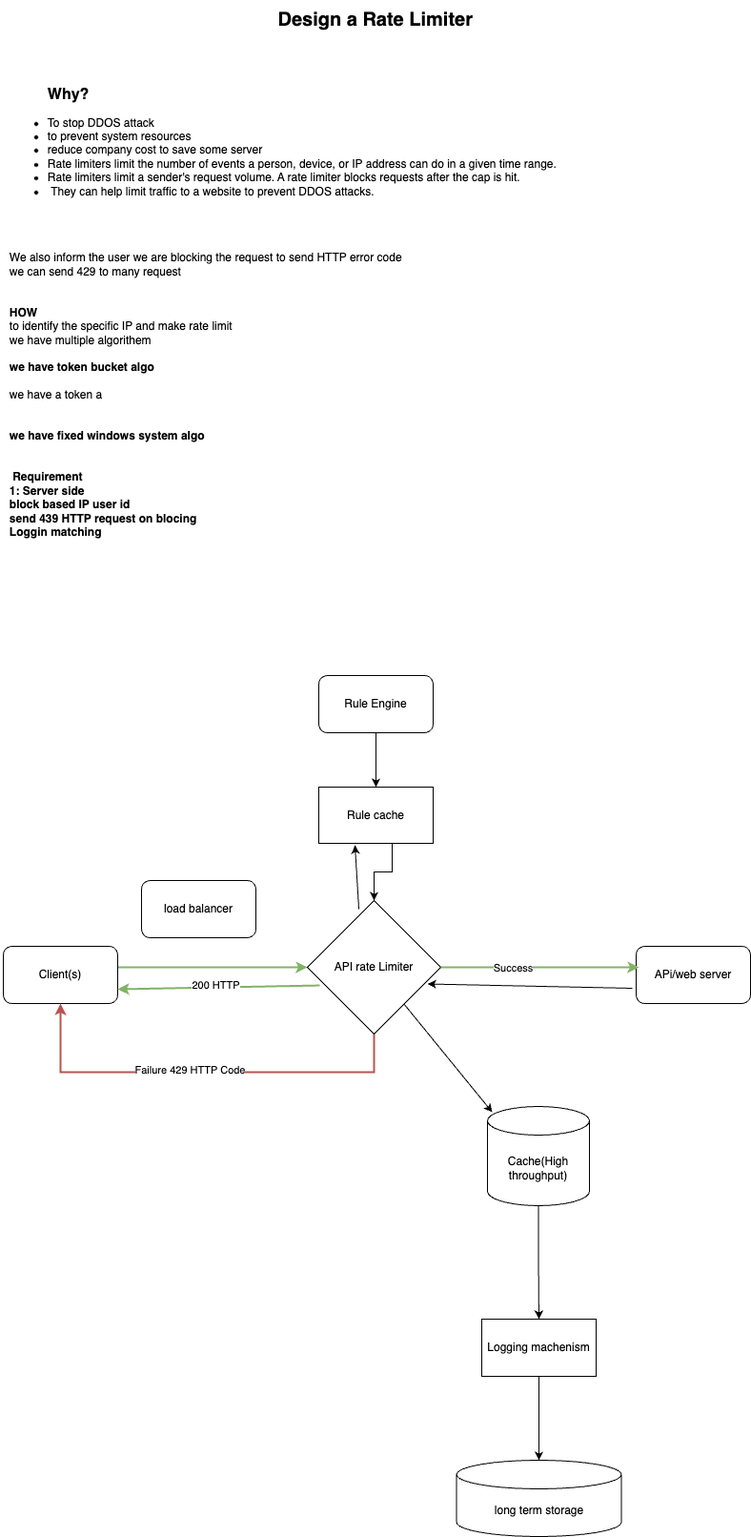
Above: rate_limiter.drawio.png in kanujgit/Android-System-Designe (draw.io), before the change. Source tidied: cells renumbered, new cells last; positions are measured from the earlier drawing's top-left corner, leaving out a move shared by most shapes.
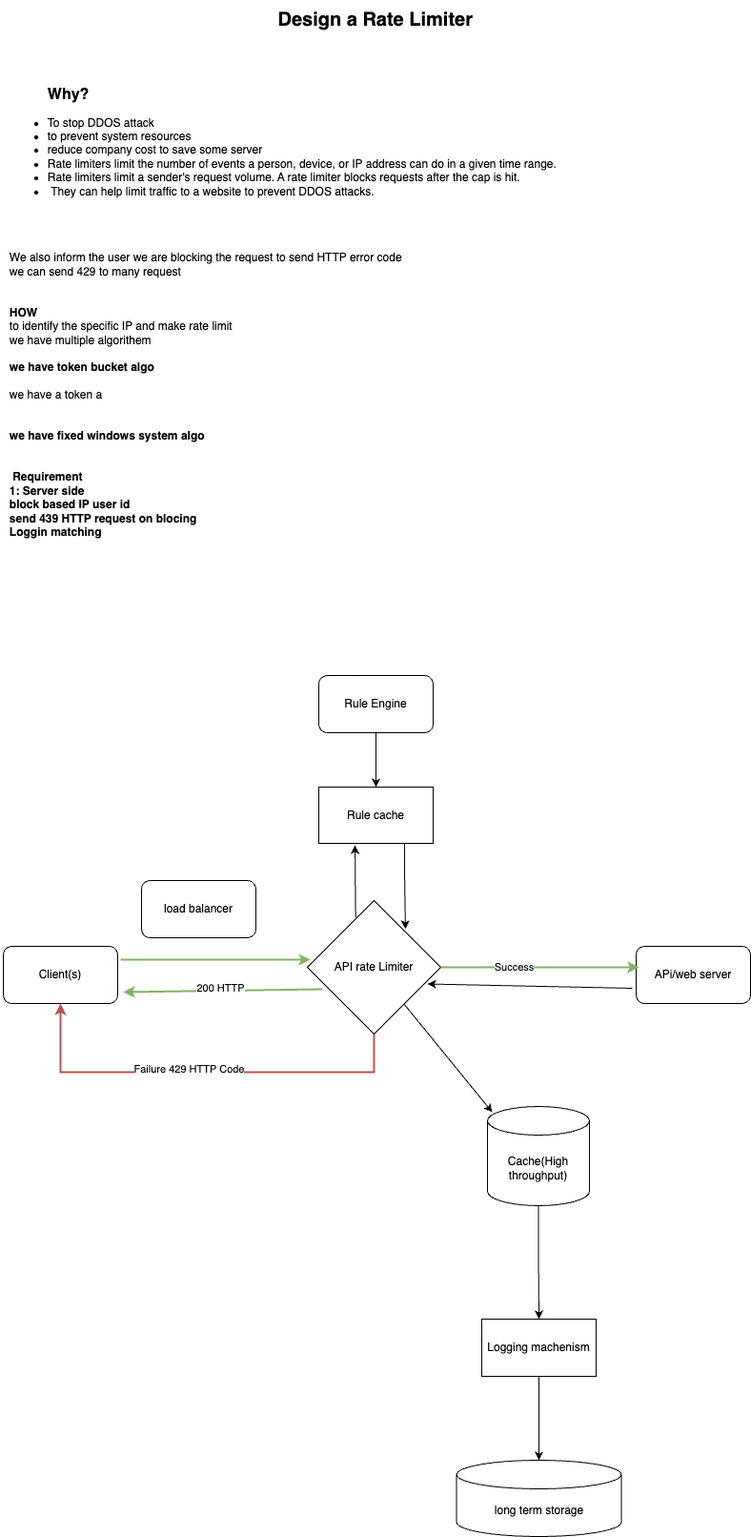
The same diagram one commit later.

Change to the diagram source:
```diff
@@ -8,11 +8,13 @@
     <mxCell id="3" value="&lt;blockquote style=&quot;margin: 0 0 0 40px; border: none; padding: 0px;&quot;&gt;&lt;div style=&quot;text-align: left;&quot;&gt;&lt;span style=&quot;background-color: initial;&quot;&gt;&lt;font style=&quot;font-size: 16px;&quot;&gt;&lt;b&gt;Why?&lt;/b&gt;&lt;/font&gt;&lt;/span&gt;&lt;/div&gt;&lt;/blockquote&gt;&lt;div style=&quot;&quot;&gt;&lt;ul&gt;&lt;li style=&quot;text-align: left;&quot;&gt;To stop DDOS attack&lt;/li&gt;&lt;li style=&quot;text-align: left;&quot;&gt;to prevent system resources&lt;/li&gt;&lt;li style=&quot;text-align: left;&quot;&gt;reduce company cost to save some server&lt;/li&gt;&lt;li style=&quot;text-align: left;&quot;&gt;Rate limiters limit the number of events a person, device, or IP address can do in a given time range.&amp;nbsp;&lt;/li&gt;&lt;li style=&quot;text-align: left;&quot;&gt;Rate limiters limit a sender's request volume. A rate limiter blocks requests after the cap is hit.&lt;/li&gt;&lt;li style=&quot;text-align: left;&quot;&gt;&amp;nbsp;They can help limit traffic to a website to prevent DDOS attacks.&amp;nbsp;&lt;br&gt;&lt;/li&gt;&lt;/ul&gt;&lt;div style=&quot;text-align: left;&quot;&gt;&lt;span style=&quot;white-space: pre;&quot;&gt;&#9;&lt;/span&gt;&lt;br&gt;&lt;/div&gt;&lt;div style=&quot;text-align: left;&quot;&gt;&lt;br&gt;&lt;/div&gt;&lt;div style=&quot;text-align: left;&quot;&gt;&lt;br&gt;&lt;/div&gt;&lt;/div&gt;&lt;div style=&quot;text-align: left;&quot;&gt;We also inform the user we are blocking the request to send HTTP error code&amp;nbsp;&lt;/div&gt;&lt;div style=&quot;text-align: left;&quot;&gt;we can send 429 to many request&lt;/div&gt;&lt;div style=&quot;text-align: left;&quot;&gt;&lt;br&gt;&lt;/div&gt;&lt;div style=&quot;text-align: left;&quot;&gt;&lt;br&gt;&lt;/div&gt;&lt;div style=&quot;text-align: left;&quot;&gt;&lt;b&gt;HOW&lt;/b&gt;&lt;/div&gt;&lt;div style=&quot;text-align: left;&quot;&gt;to identify the specific IP and make rate limit&amp;nbsp;&lt;/div&gt;&lt;div style=&quot;text-align: left;&quot;&gt;we have multiple algorithem&amp;nbsp;&lt;/div&gt;&lt;div style=&quot;text-align: left;&quot;&gt;&lt;br&gt;&lt;/div&gt;&lt;div style=&quot;text-align: left;&quot;&gt;&lt;b&gt;we have token bucket algo&lt;/b&gt;&lt;/div&gt;&lt;div style=&quot;text-align: left;&quot;&gt;&lt;br&gt;&lt;/div&gt;&lt;div style=&quot;text-align: left;&quot;&gt;we have a token a&lt;/div&gt;&lt;div style=&quot;text-align: left;&quot;&gt;&lt;br&gt;&lt;/div&gt;&lt;div style=&quot;text-align: left;&quot;&gt;&lt;br&gt;&lt;/div&gt;&lt;div style=&quot;text-align: left;&quot;&gt;&lt;b&gt;we have fixed windows system algo&lt;/b&gt;&lt;/div&gt;&lt;div style=&quot;text-align: left;&quot;&gt;&lt;b&gt;&lt;br&gt;&lt;/b&gt;&lt;/div&gt;&lt;div style=&quot;text-align: left;&quot;&gt;&lt;b&gt;&lt;br&gt;&lt;/b&gt;&lt;/div&gt;&lt;div style=&quot;text-align: left;&quot;&gt;&lt;b&gt;&amp;nbsp;Requirement&lt;/b&gt;&lt;/div&gt;&lt;div style=&quot;text-align: left;&quot;&gt;&lt;b&gt;1: Server side&lt;/b&gt;&lt;/div&gt;&lt;div style=&quot;text-align: left;&quot;&gt;&lt;b&gt;block based IP user id&lt;/b&gt;&lt;/div&gt;&lt;div style=&quot;text-align: left;&quot;&gt;&lt;b&gt;send 439 HTTP request on blocing&lt;/b&gt;&lt;/div&gt;&lt;div style=&quot;text-align: left;&quot;&gt;&lt;b&gt;Loggin matching&lt;/b&gt;&lt;/div&gt;&lt;div style=&quot;text-align: left;&quot;&gt;&lt;b&gt;&lt;br&gt;&lt;/b&gt;&lt;/div&gt;&lt;div style=&quot;text-align: left;&quot;&gt;&lt;br&gt;&lt;/div&gt;&lt;div&gt;&lt;br&gt;&lt;/div&gt;" style="text;html=1;align=center;verticalAlign=middle;strokeColor=none;fillColor=none;" parent="1" vertex="1">
       <mxGeometry y="84" width="595" height="530" as="geometry" />
     </mxCell>
-    <mxCell id="4" style="edgeStyle=orthogonalEdgeStyle;rounded=0;jettySize=auto;html=1;entryX=0;entryY=0.5;entryDx=0;entryDy=0;strokeWidth=2;fillColor=#d5e8d4;strokeColor=#82b366;" parent="1" edge="1" source="5" target="8">
+    <mxCell id="4" style="edgeStyle=orthogonalEdgeStyle;rounded=0;orthogonalLoop=1;jettySize=auto;html=1;entryX=0;entryY=0.5;entryDx=0;entryDy=0;strokeWidth=2;fillColor=#d5e8d4;strokeColor=#82b366;" parent="1" edge="1">
       <mxGeometry relative="1" as="geometry">
+        <mxPoint x="126" y="1006" as="sourcePoint" />
+        <mxPoint x="325" y="1006" as="targetPoint" />
         <Array as="points">
-          <mxPoint x="167" y="1014" />
-          <mxPoint x="167" y="1014" />
+          <mxPoint x="170" y="1006" />
+          <mxPoint x="170" y="1006" />
         </Array>
       </mxGeometry>
     </mxCell>
@@ -50,8 +52,11 @@
     <mxCell id="13" value="Success" style="edgeLabel;html=1;align=center;verticalAlign=middle;" parent="12" vertex="1">
       <mxGeometry x="-0.27" relative="1" as="geometry" />
     </mxCell>
-    <mxCell id="14" style="endArrow=classic;html=1;rounded=0;entryX=1;entryY=0.75;entryDx=0;entryDy=0;exitX=0.093;exitY=0.636;exitDx=0;exitDy=0;exitPerimeter=0;fillColor=#d5e8d4;strokeColor=#82b366;strokeWidth=2;" parent="1" edge="1" source="8" target="5">
-      <mxGeometry relative="1" as="geometry" />
+    <mxCell id="14" style="endArrow=classic;html=1;rounded=0;exitX=0.093;exitY=0.636;exitDx=0;exitDy=0;exitPerimeter=0;fillColor=#d5e8d4;strokeColor=#82b366;strokeWidth=2;" parent="1" edge="1">
+      <mxGeometry relative="1" as="geometry">
+        <mxPoint x="338" y="1037" as="sourcePoint" />
+        <mxPoint x="129" y="1040" as="targetPoint" />
+      </mxGeometry>
     </mxCell>
     <mxCell id="15" value="200 HTTP" style="edgeLabel;html=1;align=center;verticalAlign=middle;" parent="14" vertex="1">
       <mxGeometry x="0.03" y="-3" relative="1" as="geometry" />
@@ -74,13 +79,10 @@
     <mxCell id="21" value="long term storage" style="shape=cylinder3;whiteSpace=wrap;html=1;boundedLbl=1;backgroundOutline=1;size=15;" parent="1" vertex="1">
       <mxGeometry x="478.5" y="1531" width="173" height="80" as="geometry" />
     </mxCell>
-    <mxCell id="22" style="edgeStyle=orthogonalEdgeStyle;rounded=0;jettySize=auto;html=1;exitX=0.642;exitY=1.008;exitDx=0;exitDy=0;exitPerimeter=0;" parent="1" edge="1" source="23" target="8">
-      <mxGeometry relative="1" as="geometry" />
-    </mxCell>
     <mxCell id="23" value="Rule cache" style="rounded=0;whiteSpace=wrap;html=1;" parent="1" vertex="1">
       <mxGeometry x="334" y="825" width="120" height="59" as="geometry" />
     </mxCell>
-    <mxCell id="24" style="endArrow=classic;html=1;rounded=0;exitX=0.386;exitY=0.064;exitDx=0;exitDy=0;exitPerimeter=0;" parent="1" edge="1" source="8">
+    <mxCell id="24" style="endArrow=classic;html=1;rounded=0;exitX=0.362;exitY=0.126;exitDx=0;exitDy=0;exitPerimeter=0;" parent="1" edge="1" source="8">
       <mxGeometry relative="1" as="geometry">
         <mxPoint x="372" y="886" as="targetPoint" />
       </mxGeometry>
@@ -93,5 +95,8 @@
     <mxCell id="26" value="load balancer" style="rounded=1;whiteSpace=wrap;html=1;" parent="1" vertex="1">
       <mxGeometry x="148" y="923" width="120" height="60" as="geometry" />
     </mxCell>
+    <mxCell id="22" style="edgeStyle=orthogonalEdgeStyle;rounded=0;jettySize=auto;html=1;exitX=0.75;exitY=1;exitDx=0;exitDy=0;entryX=0.735;entryY=0.213;entryDx=0;entryDy=0;entryPerimeter=0;" parent="1" edge="1" source="23" target="8">
+      <mxGeometry relative="1" as="geometry" />
+    </mxCell>
   </root>
 </mxGraphModel>
```
